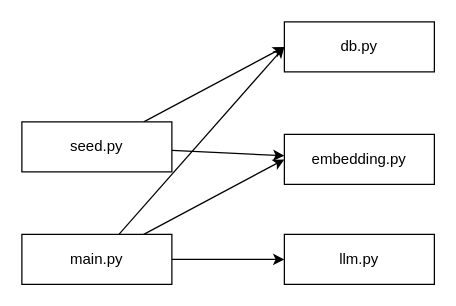
Earlier version of the draw.io diagram 依存関係メモ.drawio (ys-systemrun/chatbot_proto_01). Source tidied: cells renumbered, new cells numbered last; positions are measured from the earlier drawing's top-left corner, leaving out a move shared by most shapes. Both pictures are drawn from the tidied source at 125%, with x=0, y=0 at pixel (21, 21).
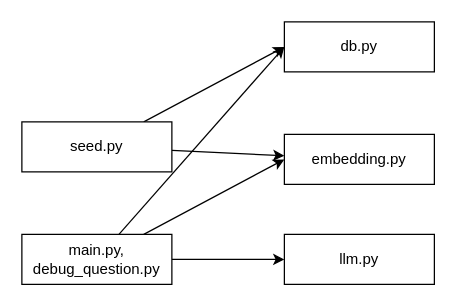
After the change.

The edit, as a diff of the source:
```diff
@@
 <mxGraphModel>
   <root>
     <mxCell id="0" />
     <mxCell id="1" parent="0" />
     <mxCell id="2" value="embedding.py" style="rounded=0;whiteSpace=wrap;html=1;" parent="1" vertex="1">
       <mxGeometry x="210" y="90" width="120" height="40" as="geometry" />
     </mxCell>
     <mxCell id="3" value="llm.py" style="rounded=0;whiteSpace=wrap;html=1;" parent="1" vertex="1">
       <mxGeometry x="210" y="170" width="120" height="40" as="geometry" />
     </mxCell>
     <mxCell id="4" style="rounded=0;jettySize=auto;html=1;entryX=0;entryY=0.5;entryDx=0;entryDy=0;" parent="1" edge="1" source="7" target="8">
       <mxGeometry relative="1" as="geometry" />
     </mxCell>
     <mxCell id="5" style="rounded=0;jettySize=auto;html=1;entryX=0;entryY=0.5;entryDx=0;entryDy=0;" parent="1" edge="1" source="7" target="2">
       <mxGeometry relative="1" as="geometry" />
     </mxCell>
     <mxCell id="6" style="rounded=0;jettySize=auto;html=1;" parent="1" edge="1" source="7" target="3">
       <mxGeometry relative="1" as="geometry" />
     </mxCell>
-    <mxCell id="7" value="main.py" style="rounded=0;whiteSpace=wrap;html=1;" parent="1" vertex="1">
+    <mxCell id="7" value="main.py,&lt;div&gt;debug_question.py&lt;/div&gt;" style="rounded=0;whiteSpace=wrap;html=1;" parent="1" vertex="1">
       <mxGeometry y="170" width="120" height="40" as="geometry" />
     </mxCell>
     <mxCell id="8" value="db.py" style="rounded=0;whiteSpace=wrap;html=1;" parent="1" vertex="1">
       <mxGeometry x="210" width="120" height="40" as="geometry" />
     </mxCell>
     <mxCell id="9" style="rounded=0;jettySize=auto;html=1;entryX=0;entryY=0.5;entryDx=0;entryDy=0;" parent="1" edge="1" source="11" target="8">
       <mxGeometry relative="1" as="geometry" />
     </mxCell>
     <mxCell id="10" style="rounded=0;jettySize=auto;html=1;" parent="1" edge="1" source="11" target="2">
       <mxGeometry relative="1" as="geometry" />
     </mxCell>
     <mxCell id="11" value="seed.py" style="rounded=0;whiteSpace=wrap;html=1;" parent="1" vertex="1">
       <mxGeometry y="80" width="120" height="40" as="geometry" />
     </mxCell>
   </root>
 </mxGraphModel>
```
